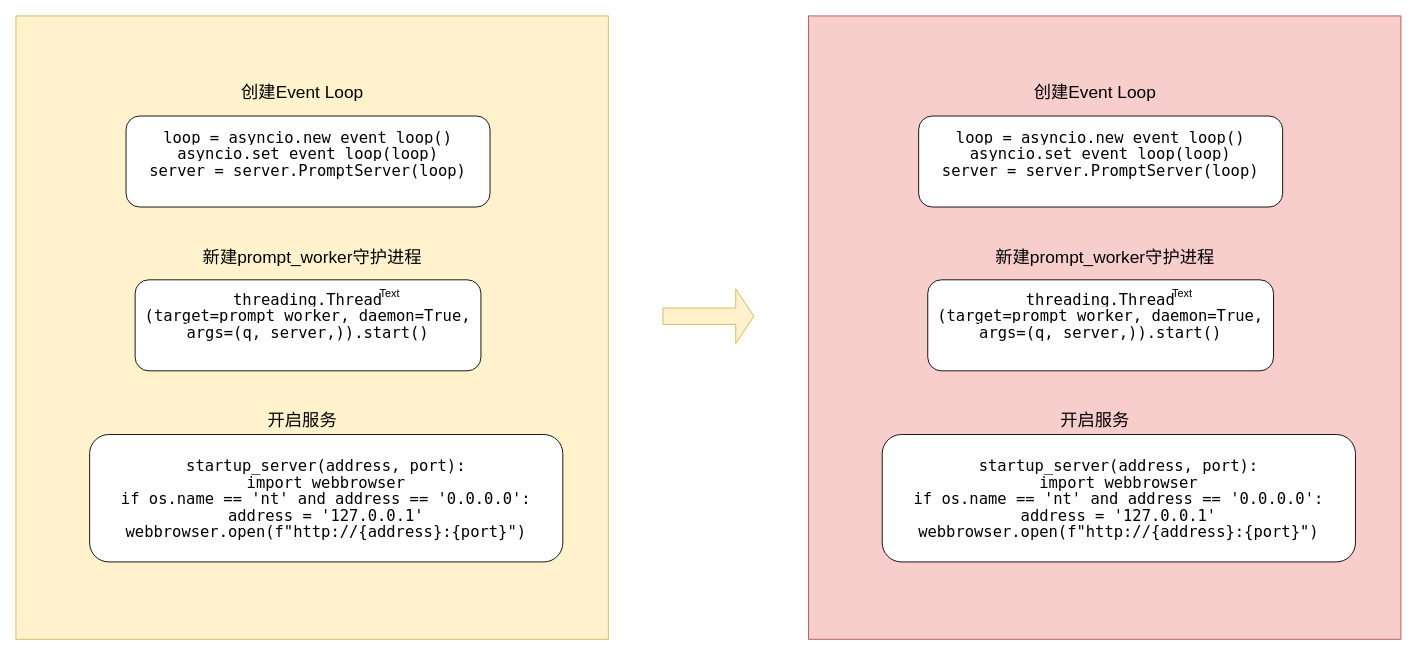
The draw.io diagram comfyUI.drawio in SkylarShuang/learnSM, before the edit. Source tidied: cells renumbered, new cells numbered last; positions are measured from the earlier drawing's top-left corner, leaving out a move shared by most shapes. Both pictures are drawn from the tidied source at 91%, with x=0, y=0 at pixel (15, 15).
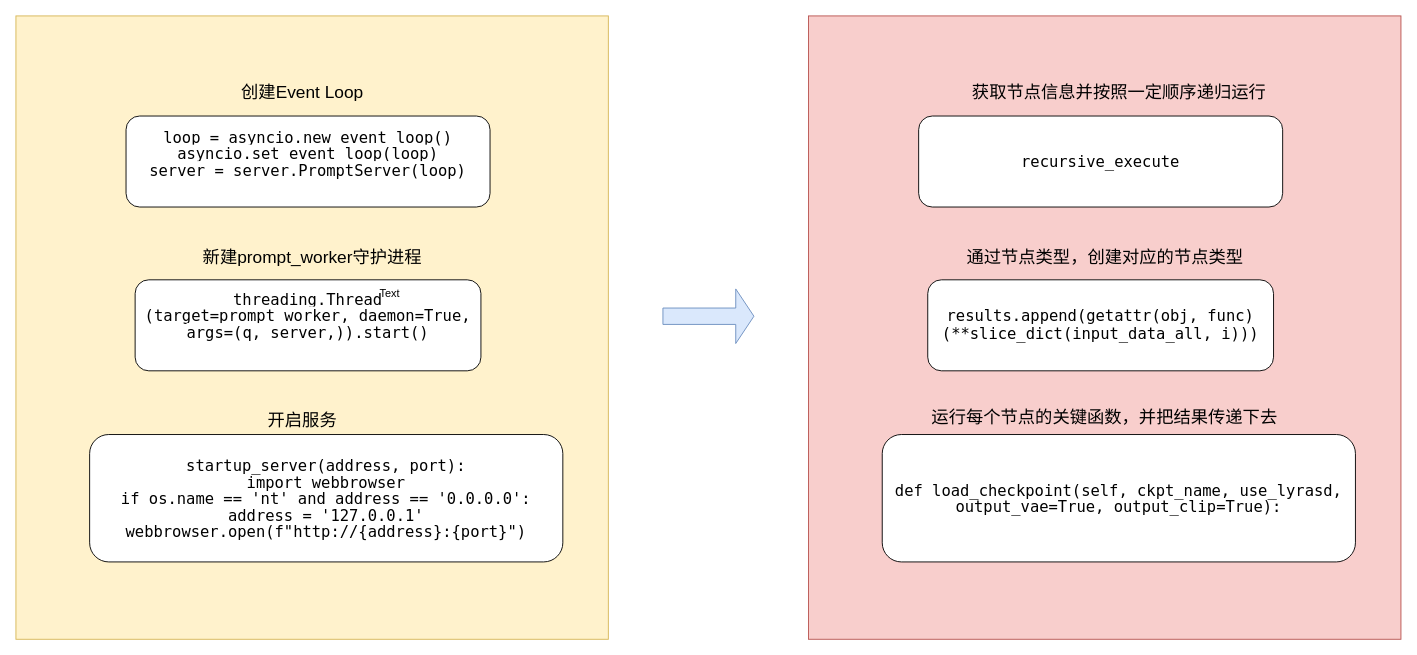
After the change.

Diff of the diagram source:
```diff
@@
 <mxGraphModel>
   <root>
     <mxCell id="0" />
     <mxCell id="1" parent="0" />
     <mxCell id="2" style="rounded=0;whiteSpace=wrap;html=1;fillColor=#fff2cc;strokeColor=#d6b656;" parent="1" vertex="1">
       <mxGeometry width="651" height="685" as="geometry" />
     </mxCell>
     <mxCell id="3" value="&lt;font style=&quot;font-size: 17px;&quot;&gt;&lt;div style=&quot;&quot;&gt;&lt;div style=&quot;font-family: Menlo, Monaco, &amp;quot;Courier New&amp;quot;, monospace; line-height: 18px;&quot;&gt;&lt;div style=&quot;&quot;&gt;&lt;span style=&quot;background-color: rgb(255, 255, 255);&quot;&gt;    threading.Thread&lt;/span&gt;&lt;/div&gt;&lt;div style=&quot;&quot;&gt;&lt;span style=&quot;background-color: rgb(255, 255, 255);&quot;&gt;(target=prompt_worker, daemon=True, args=(q, server,)).start()&lt;/span&gt;&lt;/div&gt;&lt;/div&gt;&lt;/div&gt;&lt;br&gt;&lt;/font&gt;" style="rounded=1;whiteSpace=wrap;html=1;fontSize=12;glass=0;strokeWidth=1;shadow=0;" parent="1" vertex="1">
       <mxGeometry x="131" y="290" width="380" height="100" as="geometry" />
     </mxCell>
     <mxCell id="4" value="&lt;div style=&quot;font-family: Menlo, Monaco, &amp;quot;Courier New&amp;quot;, monospace; line-height: 18px; font-size: 17px;&quot;&gt;&lt;div style=&quot;&quot;&gt;&lt;span style=&quot;background-color: rgb(255, 255, 255);&quot;&gt;    loop = asyncio.new_event_loop()&lt;/span&gt;&lt;/div&gt;&lt;div style=&quot;&quot;&gt;    &lt;span style=&quot;background-color: rgb(255, 255, 255);&quot;&gt;asyncio.set_event_loop(loop)&lt;/span&gt;&lt;/div&gt;&lt;div style=&quot;&quot;&gt;    &lt;span style=&quot;background-color: rgb(255, 255, 255);&quot;&gt;server = server.PromptServer(loop)&lt;/span&gt;&lt;/div&gt;&lt;div style=&quot;&quot;&gt;&lt;span style=&quot;background-color: rgb(255, 255, 255);&quot;&gt;&lt;br&gt;&lt;/span&gt;&lt;/div&gt;&lt;/div&gt;" style="rounded=1;whiteSpace=wrap;html=1;fontSize=12;glass=0;strokeWidth=1;shadow=0;" parent="1" vertex="1">
       <mxGeometry x="121" y="110" width="400" height="100" as="geometry" />
     </mxCell>
     <mxCell id="5" value="&lt;font style=&quot;font-size: 17px; background-color: rgb(255, 255, 255);&quot;&gt;&lt;div style=&quot;&quot;&gt;&lt;div style=&quot;font-family: Menlo, Monaco, &amp;quot;Courier New&amp;quot;, monospace; line-height: 18px;&quot;&gt;&lt;div style=&quot;&quot;&gt;&lt;/div&gt;&lt;/div&gt;&lt;/div&gt;&lt;div style=&quot;font-family: Menlo, Monaco, &amp;quot;Courier New&amp;quot;, monospace; line-height: 18px;&quot;&gt;&lt;div style=&quot;&quot;&gt;startup_server(address, port):&lt;/div&gt;&lt;div style=&quot;&quot;&gt;            import webbrowser&lt;/div&gt;&lt;div style=&quot;&quot;&gt;            if os.name == 'nt' and address == '0.0.0.0':&lt;/div&gt;&lt;div style=&quot;&quot;&gt;                address = '127.0.0.1'&lt;/div&gt;&lt;div style=&quot;&quot;&gt;            webbrowser.open(f&quot;http://{address}:{port}&quot;)&lt;/div&gt;&lt;/div&gt;&lt;/font&gt;" style="rounded=1;whiteSpace=wrap;html=1;fontSize=12;glass=0;strokeWidth=1;shadow=0;" parent="1" vertex="1">
       <mxGeometry x="81" y="460" width="520" height="140" as="geometry" />
     </mxCell>
     <mxCell id="6" value="Text" style="text;html=1;strokeColor=none;fillColor=none;align=center;verticalAlign=middle;whiteSpace=wrap;rounded=0;" parent="1" vertex="1">
       <mxGeometry x="381" y="290" width="60" height="30" as="geometry" />
     </mxCell>
     <mxCell id="7" value="&lt;font style=&quot;font-size: 19px;&quot;&gt;创建Event Loop&lt;/font&gt;" style="text;html=1;strokeColor=none;fillColor=none;align=center;verticalAlign=middle;whiteSpace=wrap;rounded=0;" parent="1" vertex="1">
       <mxGeometry x="235" y="50" width="160" height="70" as="geometry" />
     </mxCell>
     <mxCell id="8" value="&lt;span style=&quot;font-size: 19px;&quot;&gt;新建prompt_worker守护进程&lt;/span&gt;" style="text;html=1;strokeColor=none;fillColor=none;align=center;verticalAlign=middle;whiteSpace=wrap;rounded=0;" parent="1" vertex="1">
       <mxGeometry x="202.5" y="231" width="246" height="70" as="geometry" />
     </mxCell>
     <mxCell id="9" value="&lt;span style=&quot;font-size: 19px;&quot;&gt;开启服务&lt;/span&gt;" style="text;html=1;strokeColor=none;fillColor=none;align=center;verticalAlign=middle;whiteSpace=wrap;rounded=0;" parent="1" vertex="1">
       <mxGeometry x="235" y="410" width="160" height="70" as="geometry" />
     </mxCell>
     <mxCell id="10" style="rounded=0;whiteSpace=wrap;html=1;fillColor=#f8cecc;strokeColor=#b85450;" parent="1" vertex="1">
       <mxGeometry x="871" width="651" height="685" as="geometry" />
     </mxCell>
-    <mxCell id="11" value="&lt;font style=&quot;font-size: 17px;&quot;&gt;&lt;div style=&quot;&quot;&gt;&lt;div style=&quot;font-family: Menlo, Monaco, &amp;quot;Courier New&amp;quot;, monospace; line-height: 18px;&quot;&gt;&lt;div style=&quot;&quot;&gt;&lt;span style=&quot;background-color: rgb(255, 255, 255);&quot;&gt;    threading.Thread&lt;/span&gt;&lt;/div&gt;&lt;div style=&quot;&quot;&gt;&lt;span style=&quot;background-color: rgb(255, 255, 255);&quot;&gt;(target=prompt_worker, daemon=True, args=(q, server,)).start()&lt;/span&gt;&lt;/div&gt;&lt;/div&gt;&lt;/div&gt;&lt;br&gt;&lt;/font&gt;" style="rounded=1;whiteSpace=wrap;html=1;fontSize=12;glass=0;strokeWidth=1;shadow=0;" parent="1" vertex="1">
+    <mxCell id="11" value="&lt;font style=&quot;&quot;&gt;&lt;div style=&quot;&quot;&gt;&lt;div style=&quot;font-family: Menlo, Monaco, &amp;quot;Courier New&amp;quot;, monospace; line-height: 18px;&quot;&gt;&lt;div style=&quot;&quot;&gt;&lt;span style=&quot;background-color: rgb(255, 255, 255); font-size: 17px;&quot;&gt;results.append(getattr(obj, func)(**slice_dict(input_data_all, i)))&lt;/span&gt;&lt;br&gt;&lt;/div&gt;&lt;/div&gt;&lt;/div&gt;&lt;/font&gt;" style="rounded=1;whiteSpace=wrap;html=1;fontSize=12;glass=0;strokeWidth=1;shadow=0;" parent="1" vertex="1">
       <mxGeometry x="1002" y="290" width="380" height="100" as="geometry" />
     </mxCell>
-    <mxCell id="12" value="&lt;div style=&quot;font-family: Menlo, Monaco, &amp;quot;Courier New&amp;quot;, monospace; line-height: 18px; font-size: 17px;&quot;&gt;&lt;div style=&quot;&quot;&gt;&lt;span style=&quot;background-color: rgb(255, 255, 255);&quot;&gt;    loop = asyncio.new_event_loop()&lt;/span&gt;&lt;/div&gt;&lt;div style=&quot;&quot;&gt;    &lt;span style=&quot;background-color: rgb(255, 255, 255);&quot;&gt;asyncio.set_event_loop(loop)&lt;/span&gt;&lt;/div&gt;&lt;div style=&quot;&quot;&gt;    &lt;span style=&quot;background-color: rgb(255, 255, 255);&quot;&gt;server = server.PromptServer(loop)&lt;/span&gt;&lt;/div&gt;&lt;div style=&quot;&quot;&gt;&lt;span style=&quot;background-color: rgb(255, 255, 255);&quot;&gt;&lt;br&gt;&lt;/span&gt;&lt;/div&gt;&lt;/div&gt;" style="rounded=1;whiteSpace=wrap;html=1;fontSize=12;glass=0;strokeWidth=1;shadow=0;" parent="1" vertex="1">
+    <mxCell id="12" value="&lt;div style=&quot;font-family: Menlo, Monaco, &amp;quot;Courier New&amp;quot;, monospace; line-height: 18px; font-size: 17px;&quot;&gt;&lt;div style=&quot;&quot;&gt;&lt;div style=&quot;line-height: 18px;&quot;&gt;recursive_execute&lt;/div&gt;&lt;/div&gt;&lt;/div&gt;" style="rounded=1;whiteSpace=wrap;html=1;fontSize=12;glass=0;strokeWidth=1;shadow=0;" parent="1" vertex="1">
       <mxGeometry x="992" y="110" width="400" height="100" as="geometry" />
     </mxCell>
-    <mxCell id="13" value="&lt;font style=&quot;font-size: 17px; background-color: rgb(255, 255, 255);&quot;&gt;&lt;div style=&quot;&quot;&gt;&lt;div style=&quot;font-family: Menlo, Monaco, &amp;quot;Courier New&amp;quot;, monospace; line-height: 18px;&quot;&gt;&lt;div style=&quot;&quot;&gt;&lt;/div&gt;&lt;/div&gt;&lt;/div&gt;&lt;div style=&quot;font-family: Menlo, Monaco, &amp;quot;Courier New&amp;quot;, monospace; line-height: 18px;&quot;&gt;&lt;div style=&quot;&quot;&gt;startup_server(address, port):&lt;/div&gt;&lt;div style=&quot;&quot;&gt;            import webbrowser&lt;/div&gt;&lt;div style=&quot;&quot;&gt;            if os.name == 'nt' and address == '0.0.0.0':&lt;/div&gt;&lt;div style=&quot;&quot;&gt;                address = '127.0.0.1'&lt;/div&gt;&lt;div style=&quot;&quot;&gt;            webbrowser.open(f&quot;http://{address}:{port}&quot;)&lt;/div&gt;&lt;/div&gt;&lt;/font&gt;" style="rounded=1;whiteSpace=wrap;html=1;fontSize=12;glass=0;strokeWidth=1;shadow=0;" parent="1" vertex="1">
+    <mxCell id="13" value="&lt;font style=&quot;font-size: 17px; background-color: rgb(255, 255, 255);&quot;&gt;&lt;div style=&quot;&quot;&gt;&lt;div style=&quot;font-family: Menlo, Monaco, &amp;quot;Courier New&amp;quot;, monospace; line-height: 18px;&quot;&gt;&lt;div style=&quot;&quot;&gt;&lt;/div&gt;&lt;/div&gt;&lt;/div&gt;&lt;div style=&quot;font-family: Menlo, Monaco, &amp;quot;Courier New&amp;quot;, monospace; line-height: 18px;&quot;&gt;&lt;div style=&quot;&quot;&gt;&lt;div style=&quot;line-height: 18px;&quot;&gt;&lt;div style=&quot;&quot;&gt;    def load_checkpoint(self, ckpt_name, use_lyrasd, output_vae=True, output_clip=True):&lt;/div&gt;&lt;/div&gt;&lt;/div&gt;&lt;/div&gt;&lt;/font&gt;" style="rounded=1;whiteSpace=wrap;html=1;fontSize=12;glass=0;strokeWidth=1;shadow=0;" parent="1" vertex="1">
       <mxGeometry x="952" y="460" width="520" height="140" as="geometry" />
     </mxCell>
-    <mxCell id="14" value="Text" style="text;html=1;strokeColor=none;fillColor=none;align=center;verticalAlign=middle;whiteSpace=wrap;rounded=0;" parent="1" vertex="1">
-      <mxGeometry x="1252" y="290" width="60" height="30" as="geometry" />
-    </mxCell>
-    <mxCell id="15" value="&lt;font style=&quot;font-size: 19px;&quot;&gt;创建Event Loop&lt;/font&gt;" style="text;html=1;strokeColor=none;fillColor=none;align=center;verticalAlign=middle;whiteSpace=wrap;rounded=0;" parent="1" vertex="1">
-      <mxGeometry x="1106" y="50" width="160" height="70" as="geometry" />
+    <mxCell id="15" value="&lt;span style=&quot;font-size: 19px;&quot;&gt;获取节点信息并按照一定顺序递归运行&lt;br&gt;&lt;/span&gt;" style="text;html=1;strokeColor=none;fillColor=none;align=center;verticalAlign=middle;whiteSpace=wrap;rounded=0;" parent="1" vertex="1">
+      <mxGeometry x="1014.5" y="50" width="395" height="70" as="geometry" />
     </mxCell>
-    <mxCell id="16" value="&lt;span style=&quot;font-size: 19px;&quot;&gt;新建prompt_worker守护进程&lt;/span&gt;" style="text;html=1;strokeColor=none;fillColor=none;align=center;verticalAlign=middle;whiteSpace=wrap;rounded=0;" parent="1" vertex="1">
-      <mxGeometry x="1073.5" y="231" width="246" height="70" as="geometry" />
+    <mxCell id="16" value="&lt;span style=&quot;font-size: 19px;&quot;&gt;通过节点类型，创建对应的节点类型&lt;/span&gt;" style="text;html=1;strokeColor=none;fillColor=none;align=center;verticalAlign=middle;whiteSpace=wrap;rounded=0;" parent="1" vertex="1">
+      <mxGeometry x="1022.8" y="231" width="347.5" height="70" as="geometry" />
     </mxCell>
-    <mxCell id="17" value="&lt;span style=&quot;font-size: 19px;&quot;&gt;开启服务&lt;/span&gt;" style="text;html=1;strokeColor=none;fillColor=none;align=center;verticalAlign=middle;whiteSpace=wrap;rounded=0;" parent="1" vertex="1">
-      <mxGeometry x="1106" y="410" width="160" height="70" as="geometry" />
+    <mxCell id="17" value="&lt;span style=&quot;font-size: 19px;&quot;&gt;运行每个节点的关键函数，并把结果传递下去&lt;/span&gt;" style="text;html=1;strokeColor=none;fillColor=none;align=center;verticalAlign=middle;whiteSpace=wrap;rounded=0;" parent="1" vertex="1">
+      <mxGeometry x="1004" y="407" width="385" height="70" as="geometry" />
     </mxCell>
-    <mxCell id="18" style="shape=singleArrow;whiteSpace=wrap;html=1;fillColor=#fff2cc;strokeColor=#d6b656;" parent="1" vertex="1">
+    <mxCell id="18" style="shape=singleArrow;whiteSpace=wrap;html=1;fillColor=#dae8fc;strokeColor=#6c8ebf;" parent="1" vertex="1">
       <mxGeometry x="711" y="300" width="100" height="60" as="geometry" />
     </mxCell>
   </root>
 </mxGraphModel>
```
